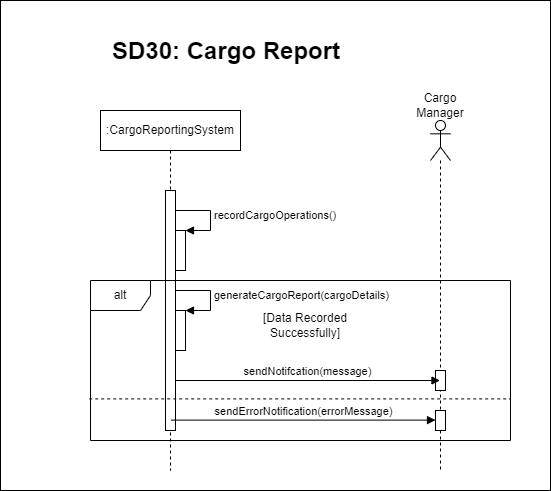
Above: Diagramms/Sequence Diagrams/SequenceDiagram30.png in Smr002/Group01_Airport_Management_System (draw.io), before the change. Source tidied: cells renumbered, new cells last; positions are measured from the earlier drawing's top-left corner, leaving out a move shared by most shapes. The source it was exported from:
```xml
<mxGraphModel>
  <root>
    <mxCell id="0" />
    <mxCell id="1" parent="0" />
    <mxCell id="2" style="rounded=0;whiteSpace=wrap;html=1;" parent="1" vertex="1">
      <mxGeometry width="550" height="490" as="geometry" />
    </mxCell>
    <mxCell id="3" value="&lt;h1 style=&quot;margin-top: 0px;&quot;&gt;SD30: Cargo Report&lt;/h1&gt;" style="text;html=1;whiteSpace=wrap;overflow=hidden;rounded=0;" parent="1" vertex="1">
      <mxGeometry x="110" y="30" width="390" height="50" as="geometry" />
    </mxCell>
    <mxCell id="4" value=":CargoReportingSystem" style="shape=umlLifeline;perimeter=lifelinePerimeter;whiteSpace=wrap;html=1;newEdgeStyle={&quot;edgeStyle&quot;:&quot;elbowEdgeStyle&quot;,&quot;elbow&quot;:&quot;vertical&quot;,&quot;curved&quot;:0,&quot;rounded&quot;:0};" parent="1" vertex="1">
      <mxGeometry x="100" y="110" width="140" height="360" as="geometry" />
    </mxCell>
    <mxCell id="5" style="html=1;perimeter=orthogonalPerimeter;targetShapes=umlLifeline;newEdgeStyle={&quot;edgeStyle&quot;:&quot;elbowEdgeStyle&quot;,&quot;elbow&quot;:&quot;vertical&quot;,&quot;curved&quot;:0,&quot;rounded&quot;:0};" parent="4" vertex="1">
      <mxGeometry x="65" y="80" width="10" height="240" as="geometry" />
    </mxCell>
    <mxCell id="6" style="html=1;points=[[0,0,0,0,5],[0,1,0,0,-5],[1,0,0,0,5],[1,1,0,0,-5]];perimeter=orthogonalPerimeter;outlineConnect=0;targetShapes=umlLifeline;portConstraint=eastwest;newEdgeStyle={&quot;curved&quot;:0,&quot;rounded&quot;:0};" parent="4" vertex="1">
      <mxGeometry x="75" y="120" width="10" height="40" as="geometry" />
    </mxCell>
    <mxCell id="7" value="recordCargoOperations()" style="html=1;align=left;spacingLeft=2;endArrow=block;rounded=0;edgeStyle=orthogonalEdgeStyle;curved=0;rounded=0;" parent="4" edge="1" target="6">
      <mxGeometry relative="1" as="geometry">
        <mxPoint x="75" y="100" as="sourcePoint" />
        <Array as="points">
          <mxPoint x="110" y="100" />
          <mxPoint x="110" y="120" />
        </Array>
      </mxGeometry>
    </mxCell>
    <mxCell id="8" style="html=1;points=[[0,0,0,0,5],[0,1,0,0,-5],[1,0,0,0,5],[1,1,0,0,-5]];perimeter=orthogonalPerimeter;outlineConnect=0;targetShapes=umlLifeline;portConstraint=eastwest;newEdgeStyle={&quot;curved&quot;:0,&quot;rounded&quot;:0};" parent="4" vertex="1">
      <mxGeometry x="75" y="200" width="10" height="40" as="geometry" />
    </mxCell>
    <mxCell id="9" value="generateCargoReport(cargoDetails)" style="html=1;align=left;spacingLeft=2;endArrow=block;rounded=0;edgeStyle=orthogonalEdgeStyle;curved=0;rounded=0;" parent="4" edge="1" target="8">
      <mxGeometry relative="1" as="geometry">
        <mxPoint x="75" y="180" as="sourcePoint" />
        <Array as="points">
          <mxPoint x="110" y="180" />
          <mxPoint x="110" y="200" />
        </Array>
      </mxGeometry>
    </mxCell>
    <mxCell id="10" style="shape=umlLifeline;perimeter=lifelinePerimeter;whiteSpace=wrap;html=1;newEdgeStyle={&quot;curved&quot;:0,&quot;rounded&quot;:0};participant=umlActor;" parent="1" vertex="1">
      <mxGeometry x="430" y="120" width="20" height="350" as="geometry" />
    </mxCell>
    <mxCell id="11" style="html=1;perimeter=orthogonalPerimeter;targetShapes=umlLifeline;newEdgeStyle={&quot;curved&quot;:0,&quot;rounded&quot;:0};" parent="10" vertex="1">
      <mxGeometry x="5" y="250" width="10" height="20" as="geometry" />
    </mxCell>
    <mxCell id="12" value="sendNotifcation(message)" style="html=1;verticalAlign=bottom;endArrow=block;curved=0;rounded=0;" parent="1" edge="1">
      <mxGeometry relative="1" as="geometry">
        <mxPoint x="175" y="380" as="sourcePoint" />
        <mxPoint x="439.5" y="380" as="targetPoint" />
      </mxGeometry>
    </mxCell>
    <mxCell id="13" value="Cargo Manager" style="text;strokeColor=none;align=center;fillColor=none;html=1;verticalAlign=middle;whiteSpace=wrap;rounded=0;" parent="1" vertex="1">
      <mxGeometry x="410" y="90" width="60" height="30" as="geometry" />
    </mxCell>
    <mxCell id="14" value="alt" style="shape=umlFrame;whiteSpace=wrap;html=1;" parent="1" vertex="1">
      <mxGeometry x="90" y="280" width="420" height="160" as="geometry" />
    </mxCell>
    <mxCell id="15" style="html=1;perimeter=orthogonalPerimeter;targetShapes=umlLifeline;newEdgeStyle={&quot;curved&quot;:0,&quot;rounded&quot;:0};" parent="1" vertex="1">
      <mxGeometry x="435" y="410" width="10" height="20" as="geometry" />
    </mxCell>
    <mxCell id="16" value="sendErrorNotification(errorMessage)" style="html=1;verticalAlign=bottom;endArrow=block;curved=0;rounded=0;" parent="1" edge="1">
      <mxGeometry relative="1" as="geometry">
        <mxPoint x="170.5" y="419.6" as="sourcePoint" />
        <mxPoint x="435" y="419.6" as="targetPoint" />
      </mxGeometry>
    </mxCell>
    <mxCell id="17" style="endArrow=none;dashed=1;html=1;rounded=0;exitX=-0.003;exitY=0.74;exitDx=0;exitDy=0;exitPerimeter=0;entryX=1;entryY=0.74;entryDx=0;entryDy=0;entryPerimeter=0;" parent="1" edge="1" source="14" target="14">
      <mxGeometry relative="1" as="geometry" />
    </mxCell>
    <mxCell id="18" value="[Data Recorded Successfully]" style="text;strokeColor=none;align=center;fillColor=none;html=1;verticalAlign=middle;whiteSpace=wrap;rounded=0;" parent="1" vertex="1">
      <mxGeometry x="235" y="310" width="140" height="30" as="geometry" />
    </mxCell>
  </root>
</mxGraphModel>
```
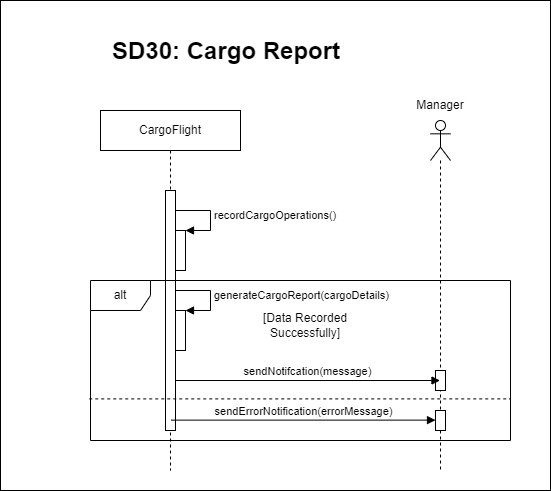
The same diagram one commit later.

Change to the diagram source:
```diff
@@ -8,7 +8,7 @@
     <mxCell id="3" value="&lt;h1 style=&quot;margin-top: 0px;&quot;&gt;SD30: Cargo Report&lt;/h1&gt;" style="text;html=1;whiteSpace=wrap;overflow=hidden;rounded=0;" parent="1" vertex="1">
       <mxGeometry x="110" y="30" width="390" height="50" as="geometry" />
     </mxCell>
-    <mxCell id="4" value=":CargoReportingSystem" style="shape=umlLifeline;perimeter=lifelinePerimeter;whiteSpace=wrap;html=1;newEdgeStyle={&quot;edgeStyle&quot;:&quot;elbowEdgeStyle&quot;,&quot;elbow&quot;:&quot;vertical&quot;,&quot;curved&quot;:0,&quot;rounded&quot;:0};" parent="1" vertex="1">
+    <mxCell id="4" value="CargoFlight" style="shape=umlLifeline;perimeter=lifelinePerimeter;whiteSpace=wrap;html=1;newEdgeStyle={&quot;edgeStyle&quot;:&quot;elbowEdgeStyle&quot;,&quot;elbow&quot;:&quot;vertical&quot;,&quot;curved&quot;:0,&quot;rounded&quot;:0};" parent="1" vertex="1">
       <mxGeometry x="100" y="110" width="140" height="360" as="geometry" />
     </mxCell>
     <mxCell id="5" style="html=1;perimeter=orthogonalPerimeter;targetShapes=umlLifeline;newEdgeStyle={&quot;edgeStyle&quot;:&quot;elbowEdgeStyle&quot;,&quot;elbow&quot;:&quot;vertical&quot;,&quot;curved&quot;:0,&quot;rounded&quot;:0};" parent="4" vertex="1">
@@ -50,7 +50,7 @@
         <mxPoint x="439.5" y="380" as="targetPoint" />
       </mxGeometry>
     </mxCell>
-    <mxCell id="13" value="Cargo Manager" style="text;strokeColor=none;align=center;fillColor=none;html=1;verticalAlign=middle;whiteSpace=wrap;rounded=0;" parent="1" vertex="1">
+    <mxCell id="13" value="Manager" style="text;strokeColor=none;align=center;fillColor=none;html=1;verticalAlign=middle;whiteSpace=wrap;rounded=0;" parent="1" vertex="1">
       <mxGeometry x="410" y="90" width="60" height="30" as="geometry" />
     </mxCell>
     <mxCell id="14" value="alt" style="shape=umlFrame;whiteSpace=wrap;html=1;" parent="1" vertex="1">
```
